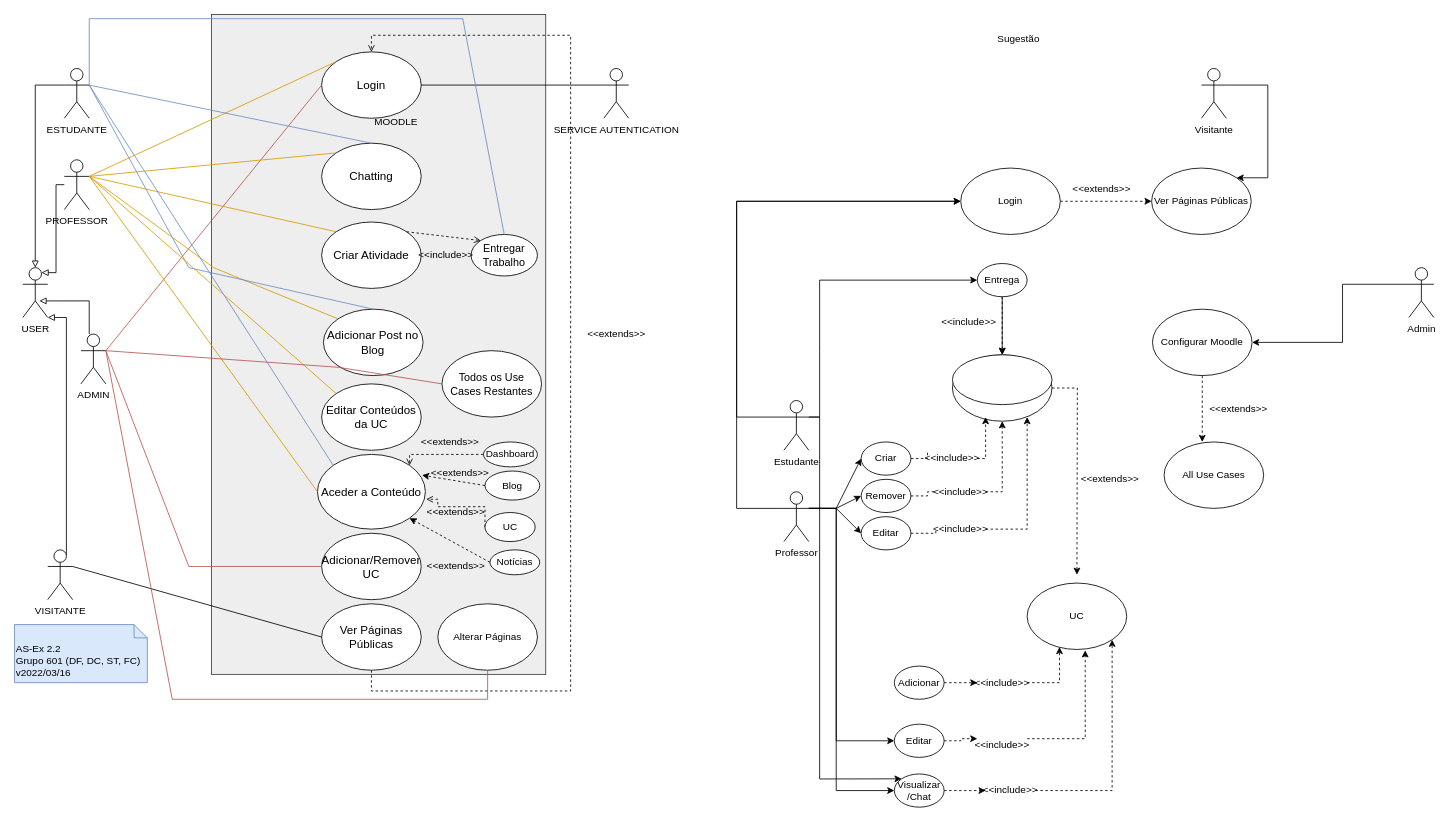
This is page "2.2" (1 of 3) of P/P2/P2.drawio from DavidAraujo98/AS, a draw.io file, before an edit. Source tidied: cells renumbered, new cells numbered last; positions are measured from the earlier drawing's top-left corner, leaving out a move shared by most shapes. Both pictures are drawn from the tidied source at 83%, with x=0, y=0 at pixel (14, 14).
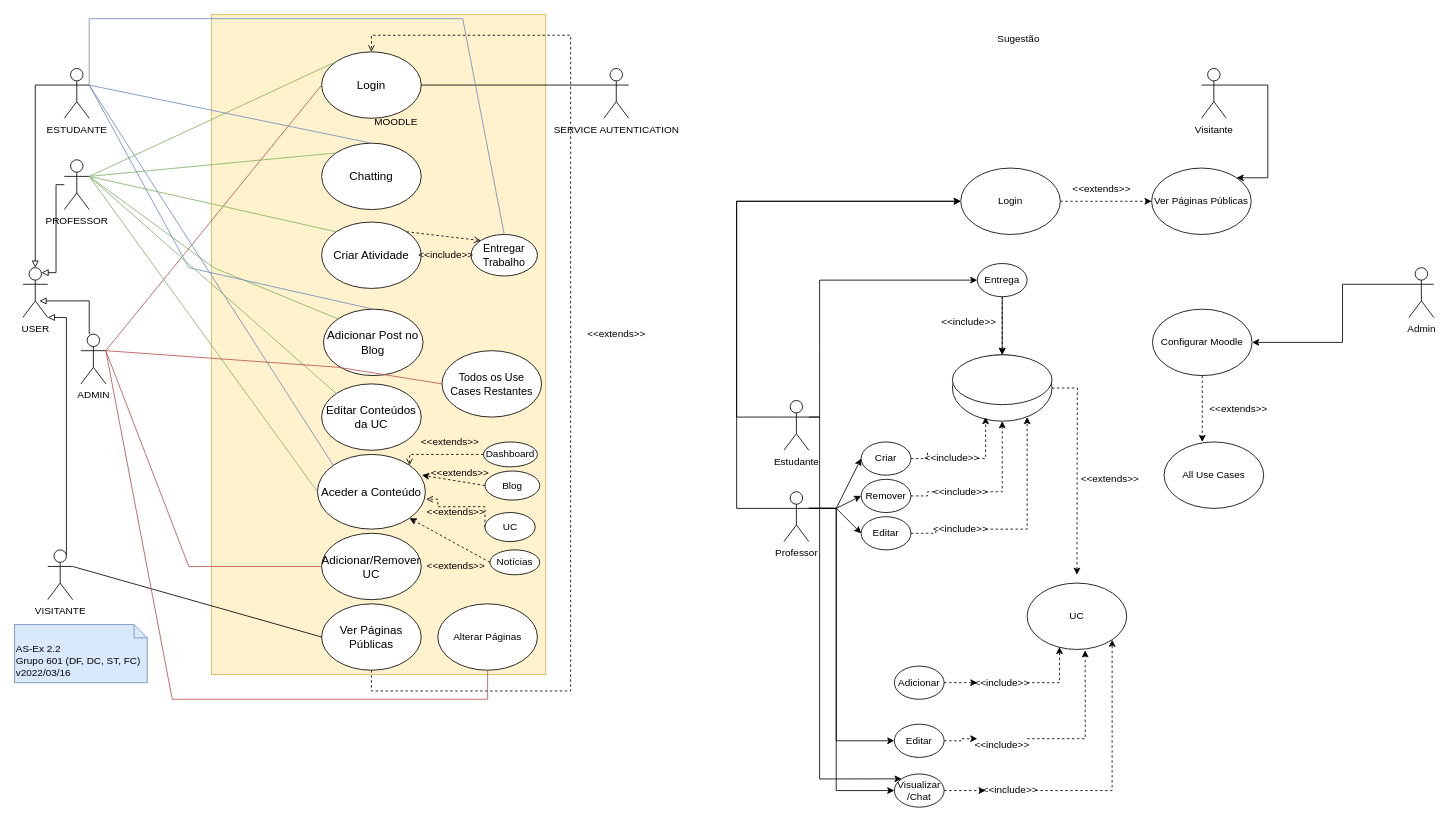
The same page after the edit.

The change refers to these unchanged cells:
```xml
<mxCell id="6" value="&lt;div&gt;PROFESSOR&lt;/div&gt;&lt;div&gt;&lt;br&gt;&lt;/div&gt;" style="shape=umlActor;verticalLabelPosition=bottom;verticalAlign=top;html=1;outlineConnect=0;" parent="1" vertex="1">
  <mxGeometry x="60" y="175" width="30" height="60" as="geometry" />
</mxCell>
<mxCell id="12" value="&lt;div style=&quot;font-size: 14px&quot;&gt;&lt;font style=&quot;font-size: 14px&quot;&gt;Login&lt;/font&gt;&lt;/div&gt;" style="ellipse;whiteSpace=wrap;html=1;" parent="1" vertex="1">
  <mxGeometry x="370" y="45" width="120" height="80" as="geometry" />
</mxCell>
<mxCell id="16" value="&lt;font style=&quot;font-size: 14px&quot;&gt;Chatting&lt;/font&gt;" style="ellipse;whiteSpace=wrap;html=1;" parent="1" vertex="1">
  <mxGeometry x="370" y="155" width="120" height="80" as="geometry" />
</mxCell>
<mxCell id="18" value="&lt;font style=&quot;font-size: 14px&quot;&gt;Criar Atividade&lt;/font&gt;" style="ellipse;whiteSpace=wrap;html=1;" parent="1" vertex="1">
  <mxGeometry x="370" y="250" width="120" height="80" as="geometry" />
</mxCell>
<mxCell id="23" value="&lt;font style=&quot;font-size: 14px&quot;&gt;Aceder a Conteúdo&lt;/font&gt;" style="ellipse;whiteSpace=wrap;html=1;" parent="1" vertex="1">
  <mxGeometry x="365" y="530" width="130" height="90" as="geometry" />
</mxCell>
<mxCell id="25" value="&lt;font style=&quot;font-size: 14px&quot;&gt;Adicionar Post no Blog&lt;/font&gt;" style="ellipse;whiteSpace=wrap;html=1;" parent="1" vertex="1">
  <mxGeometry x="372.2" y="355" width="120" height="80" as="geometry" />
</mxCell>
<mxCell id="97" value="&lt;font style=&quot;font-size: 14px&quot;&gt;Editar Conteúdos da UC&lt;/font&gt;" style="ellipse;whiteSpace=wrap;html=1;" parent="1" vertex="1">
  <mxGeometry x="370" y="445" width="120" height="80" as="geometry" />
</mxCell>
```

Change to the diagram source:
```diff
@@
-    <mxCell id="2" style="rounded=0;whiteSpace=wrap;html=1;fillColor=#eeeeee;strokeColor=#36393d;" parent="1" vertex="1">
+    <mxCell id="2" style="rounded=0;whiteSpace=wrap;html=1;fillColor=#fff2cc;strokeColor=#d6b656;" parent="1" vertex="1">
       <mxGeometry x="237.2" width="402.8" height="795" as="geometry" />
     </mxCell>
@@
-    <mxCell id="29" style="endArrow=none;html=1;rounded=0;exitX=1;exitY=0.3333333333333333;exitDx=0;exitDy=0;exitPerimeter=0;entryX=0;entryY=0;entryDx=0;entryDy=0;fillColor=#ffe6cc;strokeColor=#d79b00;" parent="1" edge="1" source="6" target="12">
+    <mxCell id="29" style="endArrow=none;html=1;rounded=0;exitX=1;exitY=0.3333333333333333;exitDx=0;exitDy=0;exitPerimeter=0;entryX=0;entryY=0;entryDx=0;entryDy=0;fillColor=#d5e8d4;strokeColor=#82b366;" parent="1" edge="1" source="6" target="12">
       <mxGeometry relative="1" as="geometry" />
     </mxCell>
@@
-    <mxCell id="32" style="endArrow=none;html=1;rounded=0;exitX=1;exitY=0.3333333333333333;exitDx=0;exitDy=0;exitPerimeter=0;entryX=0;entryY=0;entryDx=0;entryDy=0;fillColor=#ffe6cc;strokeColor=#d79b00;" parent="1" edge="1" source="6" target="16">
+    <mxCell id="32" style="endArrow=none;html=1;rounded=0;exitX=1;exitY=0.3333333333333333;exitDx=0;exitDy=0;exitPerimeter=0;entryX=0;entryY=0;entryDx=0;entryDy=0;fillColor=#d5e8d4;strokeColor=#82b366;" parent="1" edge="1" source="6" target="16">
       <mxGeometry relative="1" as="geometry" />
     </mxCell>
-    <mxCell id="33" style="endArrow=none;html=1;rounded=0;exitX=1;exitY=0.3333333333333333;exitDx=0;exitDy=0;exitPerimeter=0;entryX=0;entryY=0;entryDx=0;entryDy=0;fillColor=#ffe6cc;strokeColor=#d79b00;" parent="1" edge="1" source="6" target="18">
+    <mxCell id="33" style="endArrow=none;html=1;rounded=0;exitX=1;exitY=0.3333333333333333;exitDx=0;exitDy=0;exitPerimeter=0;entryX=0;entryY=0;entryDx=0;entryDy=0;fillColor=#d5e8d4;strokeColor=#82b366;" parent="1" edge="1" source="6" target="18">
       <mxGeometry relative="1" as="geometry" />
     </mxCell>
@@
-    <mxCell id="92" style="endArrow=none;html=1;rounded=0;exitX=1;exitY=0.3333333333333333;exitDx=0;exitDy=0;exitPerimeter=0;entryX=0;entryY=0;entryDx=0;entryDy=0;fillColor=#ffe6cc;strokeColor=#d79b00;" parent="1" edge="1" source="6" target="25">
+    <mxCell id="92" style="endArrow=none;html=1;rounded=0;exitX=1;exitY=0.3333333333333333;exitDx=0;exitDy=0;exitPerimeter=0;entryX=0;entryY=0;entryDx=0;entryDy=0;fillColor=#d5e8d4;strokeColor=#82b366;" parent="1" edge="1" source="6" target="25">
       <mxGeometry relative="1" as="geometry">
         <Array as="points">
           <mxPoint x="240" y="305" />
         </Array>
       </mxGeometry>
     </mxCell>
@@
-    <mxCell id="95" style="endArrow=none;html=1;rounded=0;exitX=1;exitY=0.3333333333333333;exitDx=0;exitDy=0;exitPerimeter=0;entryX=0;entryY=0.5;entryDx=0;entryDy=0;fillColor=#ffcd28;gradientColor=#ffa500;strokeColor=#d79b00;" parent="1" edge="1" source="6" target="23">
+    <mxCell id="95" style="endArrow=none;html=1;rounded=0;exitX=1;exitY=0.3333333333333333;exitDx=0;exitDy=0;exitPerimeter=0;entryX=0;entryY=0.5;entryDx=0;entryDy=0;fillColor=#d5e8d4;strokeColor=#82b366;" parent="1" edge="1" source="6" target="23">
       <mxGeometry relative="1" as="geometry" />
     </mxCell>
@@
-    <mxCell id="98" style="endArrow=none;html=1;rounded=0;exitX=1;exitY=0.3333333333333333;exitDx=0;exitDy=0;exitPerimeter=0;fillColor=#ffcd28;gradientColor=#ffa500;strokeColor=#d79b00;entryX=0;entryY=0;entryDx=0;entryDy=0;" parent="1" edge="1" source="6" target="97">
+    <mxCell id="98" style="endArrow=none;html=1;rounded=0;exitX=1;exitY=0.3333333333333333;exitDx=0;exitDy=0;exitPerimeter=0;fillColor=#d5e8d4;strokeColor=#82b366;entryX=0;entryY=0;entryDx=0;entryDy=0;" parent="1" edge="1" source="6" target="97">
       <mxGeometry relative="1" as="geometry" />
     </mxCell>
```
